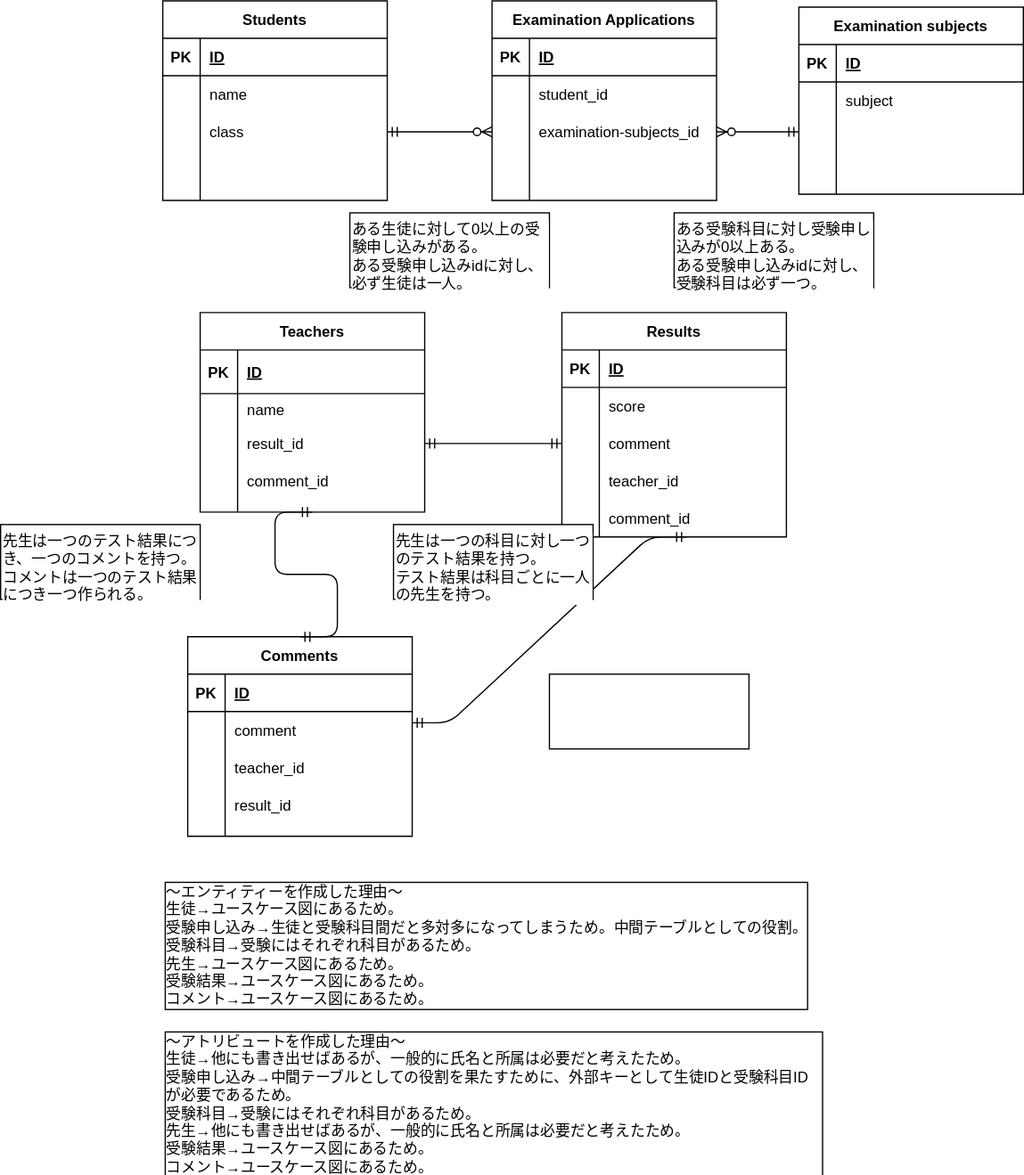
The draw.io diagram index.drawio.svg in ansuriumu/database_practice, before a commit. Source tidied: cells renumbered, new cells last; positions are measured from the earlier drawing's top-left corner, leaving out a move shared by most shapes.
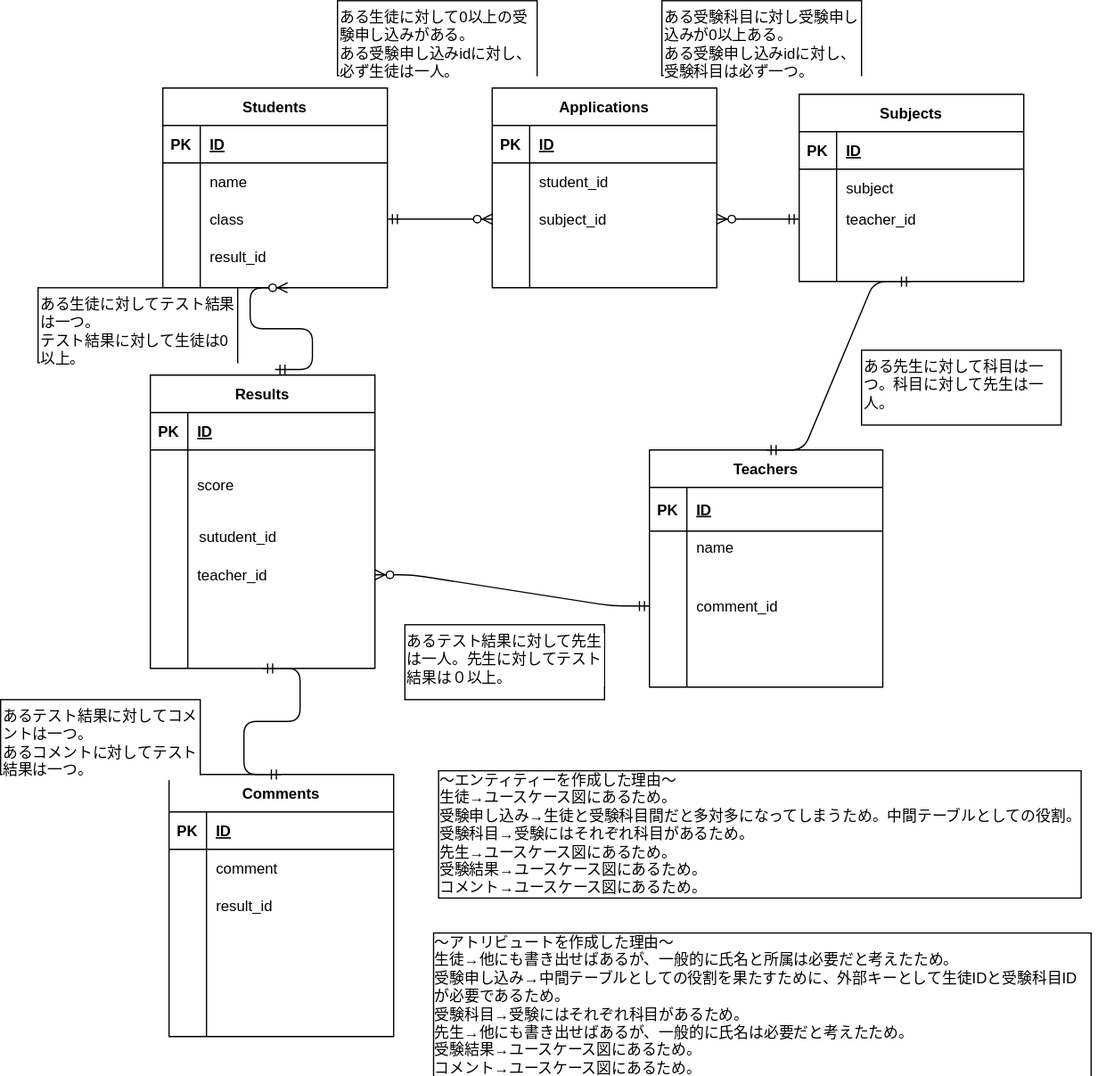
The same file after the commit.

Commit message:
課題修正2回目

Change to the diagram source:
```diff
@@ -40,6 +40,6 @@
     </mxCell>
-    <mxCell id="14" style="shape=partialRectangle;fillColor=none;top=0;left=0;bottom=0;right=0;align=left;spacingLeft=6;overflow=hidden;" parent="12" vertex="1">
+    <mxCell id="14" value="result_id" style="shape=partialRectangle;fillColor=none;top=0;left=0;bottom=0;right=0;align=left;spacingLeft=6;overflow=hidden;" parent="12" vertex="1">
       <mxGeometry x="30" width="150" height="30" as="geometry" />
     </mxCell>
-    <mxCell id="15" value="Examination Applications" style="shape=table;startSize=30;rowLines=0;fontStyle=1;align=center;" parent="1" vertex="1">
+    <mxCell id="15" value="Applications" style="shape=table;startSize=30;rowLines=0;fontStyle=1;align=center;" parent="1" vertex="1">
       <mxGeometry x="394" width="180" height="160" as="geometry" />
@@ -70,3 +70,3 @@
     </mxCell>
-    <mxCell id="24" value="examination-subjects_id" style="shape=partialRectangle;fillColor=none;top=0;left=0;bottom=0;right=0;align=left;spacingLeft=6;overflow=hidden;" parent="22" vertex="1">
+    <mxCell id="24" value="subject_id" style="shape=partialRectangle;fillColor=none;top=0;left=0;bottom=0;right=0;align=left;spacingLeft=6;overflow=hidden;" parent="22" vertex="1">
       <mxGeometry x="30" width="150" height="30" as="geometry" />
@@ -82,3 +82,3 @@
     </mxCell>
-    <mxCell id="28" value="Examination subjects" style="shape=table;startSize=30;rowLines=0;fontStyle=1;align=center;" parent="1" vertex="1">
+    <mxCell id="28" value="Subjects" style="shape=table;startSize=30;rowLines=0;fontStyle=1;align=center;" parent="1" vertex="1">
       <mxGeometry x="640" y="5" width="180" height="150" as="geometry" />
@@ -109,3 +109,3 @@
     </mxCell>
-    <mxCell id="37" style="shape=partialRectangle;fillColor=none;top=0;left=0;bottom=0;right=0;align=left;spacingLeft=6;overflow=hidden;" parent="35" vertex="1">
+    <mxCell id="37" value="teacher_id" style="shape=partialRectangle;fillColor=none;top=0;left=0;bottom=0;right=0;align=left;spacingLeft=6;overflow=hidden;" parent="35" vertex="1">
       <mxGeometry x="30" width="150" height="20" as="geometry" />
@@ -128,6 +128,6 @@
     <mxCell id="43" value="Teachers" style="shape=table;startSize=30;rowLines=0;fontStyle=1;align=center;" parent="1" vertex="1">
-      <mxGeometry x="160" y="250" width="180" height="160" as="geometry" />
+      <mxGeometry x="520" y="290" width="187" height="190" as="geometry" />
     </mxCell>
     <mxCell id="44" style="shape=partialRectangle;fillColor=none;top=0;left=0;bottom=1;right=0;" parent="43" vertex="1">
-      <mxGeometry y="30" width="180" height="35" as="geometry" />
+      <mxGeometry y="30" width="187" height="35" as="geometry" />
     </mxCell>
@@ -137,6 +137,6 @@
     <mxCell id="46" value="ID" style="shape=partialRectangle;fillColor=none;top=0;left=0;bottom=0;right=0;align=left;spacingLeft=6;fontStyle=5;overflow=hidden;" parent="44" vertex="1">
-      <mxGeometry x="30" width="150" height="35" as="geometry" />
+      <mxGeometry x="30" width="157" height="35" as="geometry" />
     </mxCell>
     <mxCell id="47" style="shape=partialRectangle;fillColor=none;top=0;left=0;bottom=0;right=0;" parent="43" vertex="1">
-      <mxGeometry y="65" width="180" height="25" as="geometry" />
+      <mxGeometry y="65" width="187" height="25" as="geometry" />
     </mxCell>
@@ -146,15 +146,15 @@
     <mxCell id="49" value="name" style="shape=partialRectangle;fillColor=none;top=0;left=0;bottom=0;right=0;align=left;spacingLeft=6;overflow=hidden;" parent="47" vertex="1">
-      <mxGeometry x="30" width="150" height="25" as="geometry" />
+      <mxGeometry x="30" width="157" height="25" as="geometry" />
     </mxCell>
     <mxCell id="50" style="shape=partialRectangle;fillColor=none;top=0;left=0;bottom=0;right=0;points=[[0,0.5],[1,0.5]];portConstraint=eastwest;" parent="43" vertex="1">
-      <mxGeometry y="90" width="180" height="30" as="geometry" />
+      <mxGeometry y="90" width="187" height="20" as="geometry" />
     </mxCell>
     <mxCell id="51" style="shape=partialRectangle;fillColor=none;top=0;left=0;bottom=0;right=0;overflow=hidden;" parent="50" vertex="1">
-      <mxGeometry width="30" height="30" as="geometry" />
+      <mxGeometry width="30" height="20" as="geometry" />
     </mxCell>
-    <mxCell id="52" value="result_id" style="shape=partialRectangle;fillColor=none;top=0;left=0;bottom=0;right=0;align=left;spacingLeft=6;overflow=hidden;" parent="50" vertex="1">
-      <mxGeometry x="30" width="150" height="30" as="geometry" />
+    <mxCell id="52" style="shape=partialRectangle;fillColor=none;top=0;left=0;bottom=0;right=0;align=left;spacingLeft=6;overflow=hidden;" parent="50" vertex="1">
+      <mxGeometry x="30" width="157" height="20" as="geometry" />
     </mxCell>
     <mxCell id="53" style="shape=partialRectangle;fillColor=none;top=0;left=0;bottom=0;right=0;points=[[0,0.5],[1,0.5]];portConstraint=eastwest;" parent="43" vertex="1">
-      <mxGeometry y="120" width="180" height="30" as="geometry" />
+      <mxGeometry y="110" width="187" height="30" as="geometry" />
     </mxCell>
@@ -164,6 +164,6 @@
     <mxCell id="55" value="comment_id" style="shape=partialRectangle;fillColor=none;top=0;left=0;bottom=0;right=0;align=left;spacingLeft=6;overflow=hidden;" parent="53" vertex="1">
-      <mxGeometry x="30" width="150" height="30" as="geometry" />
+      <mxGeometry x="30" width="157" height="30" as="geometry" />
     </mxCell>
     <mxCell id="56" value="Results" style="shape=table;startSize=30;rowLines=0;fontStyle=1;align=center;" parent="1" vertex="1">
-      <mxGeometry x="450" y="250" width="180" height="180" as="geometry" />
+      <mxGeometry x="120" y="230" width="180" height="235" as="geometry" />
     </mxCell>
@@ -179,12 +179,12 @@
     <mxCell id="60" style="shape=partialRectangle;fillColor=none;top=0;left=0;bottom=0;right=0;" parent="56" vertex="1">
-      <mxGeometry y="60" width="180" height="30" as="geometry" />
+      <mxGeometry y="60" width="180" height="55" as="geometry" />
     </mxCell>
     <mxCell id="61" style="shape=partialRectangle;fillColor=none;top=0;left=0;bottom=0;right=0;overflow=hidden;" parent="60" vertex="1">
-      <mxGeometry width="30" height="30" as="geometry" />
+      <mxGeometry width="30" height="55" as="geometry" />
     </mxCell>
     <mxCell id="62" value="score" style="shape=partialRectangle;fillColor=none;top=0;left=0;bottom=0;right=0;align=left;spacingLeft=6;overflow=hidden;" parent="60" vertex="1">
-      <mxGeometry x="30" width="150" height="30" as="geometry" />
+      <mxGeometry x="30" width="150" height="55" as="geometry" />
     </mxCell>
     <mxCell id="63" style="shape=partialRectangle;fillColor=none;top=0;left=0;bottom=0;right=0;points=[[0,0.5],[1,0.5]];portConstraint=eastwest;" parent="56" vertex="1">
-      <mxGeometry y="90" width="180" height="30" as="geometry" />
+      <mxGeometry y="115" width="180" height="30" as="geometry" />
     </mxCell>
@@ -193,3 +193,3 @@
     </mxCell>
-    <mxCell id="65" value="comment" style="shape=partialRectangle;fillColor=none;top=0;left=0;bottom=0;right=0;align=left;spacingLeft=6;overflow=hidden;" parent="63" vertex="1">
+    <mxCell id="65" style="shape=partialRectangle;fillColor=none;top=0;left=0;bottom=0;right=0;align=left;spacingLeft=6;overflow=hidden;" parent="63" vertex="1">
       <mxGeometry x="30" width="150" height="30" as="geometry" />
@@ -197,3 +197,3 @@
     <mxCell id="66" style="shape=partialRectangle;fillColor=none;top=0;left=0;bottom=0;right=0;points=[[0,0.5],[1,0.5]];portConstraint=eastwest;" parent="56" vertex="1">
-      <mxGeometry y="120" width="180" height="30" as="geometry" />
+      <mxGeometry y="145" width="180" height="30" as="geometry" />
     </mxCell>
@@ -205,4 +205,13 @@
     </mxCell>
+    <mxCell id="93" style="shape=partialRectangle;fillColor=none;top=0;left=0;bottom=0;right=0;" parent="56" vertex="1">
+      <mxGeometry y="175" width="180" height="30" as="geometry" />
+    </mxCell>
+    <mxCell id="94" style="shape=partialRectangle;fillColor=none;top=0;left=0;bottom=0;right=0;overflow=hidden;" parent="93" vertex="1">
+      <mxGeometry width="30" height="30" as="geometry" />
+    </mxCell>
+    <mxCell id="95" style="shape=partialRectangle;fillColor=none;top=0;left=0;bottom=0;right=0;align=left;spacingLeft=6;overflow=hidden;" parent="93" vertex="1">
+      <mxGeometry x="30" width="150" height="30" as="geometry" />
+    </mxCell>
     <mxCell id="69" value="Comments" style="shape=table;startSize=30;rowLines=0;fontStyle=1;align=center;" parent="1" vertex="1">
-      <mxGeometry x="150" y="510" width="180" height="160" as="geometry" />
+      <mxGeometry x="135" y="550" width="180" height="210" as="geometry" />
     </mxCell>
@@ -226,56 +235,61 @@
     </mxCell>
+    <mxCell id="79" style="shape=partialRectangle;fillColor=none;top=0;left=0;bottom=0;right=0;" parent="69" vertex="1">
+      <mxGeometry y="90" width="180" height="30" as="geometry" />
+    </mxCell>
+    <mxCell id="80" style="shape=partialRectangle;fillColor=none;top=0;left=0;bottom=0;right=0;overflow=hidden;" parent="79" vertex="1">
+      <mxGeometry width="30" height="30" as="geometry" />
+    </mxCell>
+    <mxCell id="81" value="result_id" style="shape=partialRectangle;fillColor=none;top=0;left=0;bottom=0;right=0;align=left;spacingLeft=6;overflow=hidden;" parent="79" vertex="1">
+      <mxGeometry x="30" width="150" height="30" as="geometry" />
+    </mxCell>
     <mxCell id="76" style="shape=partialRectangle;fillColor=none;top=0;left=0;bottom=0;right=0;" parent="69" vertex="1">
-      <mxGeometry y="90" width="180" height="30" as="geometry" />
+      <mxGeometry y="120" width="180" height="80" as="geometry" />
     </mxCell>
     <mxCell id="77" style="shape=partialRectangle;fillColor=none;top=0;left=0;bottom=0;right=0;overflow=hidden;" parent="76" vertex="1">
-      <mxGeometry width="30" height="30" as="geometry" />
+      <mxGeometry width="30" height="80" as="geometry" />
     </mxCell>
-    <mxCell id="78" value="teacher_id" style="shape=partialRectangle;fillColor=none;top=0;left=0;bottom=0;right=0;align=left;spacingLeft=6;overflow=hidden;" parent="76" vertex="1">
-      <mxGeometry x="30" width="150" height="30" as="geometry" />
+    <mxCell id="78" style="shape=partialRectangle;fillColor=none;top=0;left=0;bottom=0;right=0;align=left;spacingLeft=6;overflow=hidden;" parent="76" vertex="1">
+      <mxGeometry x="30" width="150" height="80" as="geometry" />
     </mxCell>
-    <mxCell id="79" style="shape=partialRectangle;fillColor=none;top=0;left=0;bottom=0;right=0;" parent="69" vertex="1">
-      <mxGeometry y="120" width="180" height="30" as="geometry" />
-    </mxCell>
-    <mxCell id="80" style="shape=partialRectangle;fillColor=none;top=0;left=0;bottom=0;right=0;overflow=hidden;" parent="79" vertex="1">
-      <mxGeometry width="30" height="30" as="geometry" />
-    </mxCell>
-    <mxCell id="81" value="result_id" style="shape=partialRectangle;fillColor=none;top=0;left=0;bottom=0;right=0;align=left;spacingLeft=6;overflow=hidden;" parent="79" vertex="1">
-      <mxGeometry x="30" width="150" height="30" as="geometry" />
-    </mxCell>
-    <mxCell id="82" style="edgeStyle=entityRelationEdgeStyle;fontSize=12;html=1;endArrow=ERmandOne;startArrow=ERmandOne;exitX=1;exitY=0.5;exitDx=0;exitDy=0;entryX=0;entryY=0.5;entryDx=0;entryDy=0;" parent="1" edge="1" source="50" target="63">
-      <mxGeometry relative="1" as="geometry" />
-    </mxCell>
-    <mxCell id="83" style="edgeStyle=entityRelationEdgeStyle;fontSize=12;html=1;endArrow=ERmandOne;startArrow=ERmandOne;" parent="1" edge="1">
-      <mxGeometry relative="1" as="geometry">
-        <mxPoint x="330" y="579" as="sourcePoint" />
-        <mxPoint x="550" y="430" as="targetPoint" />
-      </mxGeometry>
-    </mxCell>
-    <mxCell id="84" style="edgeStyle=entityRelationEdgeStyle;fontSize=12;html=1;endArrow=ERmandOne;startArrow=ERmandOne;exitX=0.5;exitY=0;exitDx=0;exitDy=0;entryX=0.5;entryY=1;entryDx=0;entryDy=0;" parent="1" edge="1" source="69" target="43">
-      <mxGeometry relative="1" as="geometry" />
-    </mxCell>
-    <mxCell id="85" value="comment_id" style="shape=partialRectangle;fillColor=none;top=0;left=0;bottom=0;right=0;align=left;spacingLeft=6;overflow=hidden;" parent="1" vertex="1">
-      <mxGeometry x="480" y="400" width="150" height="30" as="geometry" />
-    </mxCell>
     <mxCell id="86" value="〜エンティティーを作成した理由〜&lt;br&gt;生徒→ユースケース図にあるため。&lt;br&gt;受験申し込み→生徒と受験科目間だと多対多になってしまうため。中間テーブルとしての役割。&lt;br&gt;受験科目→受験にはそれぞれ科目があるため。&lt;br&gt;先生→ユースケース図にあるため。&lt;br&gt;受験結果→ユースケース図にあるため。&lt;br&gt;コメント→ユースケース図にあるため。" style="text;html=1;strokeColor=none;fillColor=none;align=left;verticalAlign=top;whiteSpace=wrap;rounded=0;labelBorderColor=#000000;labelBackgroundColor=#ffffff;fontColor=#000000;" parent="1" vertex="1">
-      <mxGeometry x="130" y="700" width="530" height="110" as="geometry" />
+      <mxGeometry x="348.5" y="540" width="530" height="110" as="geometry" />
     </mxCell>
-    <mxCell id="87" value="〜アトリビュートを作成した理由〜&lt;br&gt;生徒→他にも書き出せばあるが、一般的に氏名と所属は必要だと考えたため。&lt;br&gt;受験申し込み→中間テーブルとしての役割を果たすために、外部キーとして生徒IDと受験科目IDが必要であるため。&lt;br&gt;受験科目→受験にはそれぞれ科目があるため。&lt;br&gt;先生→他にも書き出せばあるが、一般的に氏名と所属は必要だと考えたため。&lt;br&gt;受験結果→ユースケース図にあるため。&lt;br&gt;コメント→ユースケース図にあるため。" style="text;html=1;strokeColor=none;fillColor=none;align=left;verticalAlign=top;whiteSpace=wrap;rounded=0;labelBorderColor=#000000;labelBackgroundColor=#ffffff;fontColor=#000000;" parent="1" vertex="1">
-      <mxGeometry x="130" y="820" width="530" height="110" as="geometry" />
+    <mxCell id="87" value="〜アトリビュートを作成した理由〜&lt;br&gt;生徒→他にも書き出せばあるが、一般的に氏名と所属は必要だと考えたため。&lt;br&gt;受験申し込み→中間テーブルとしての役割を果たすために、外部キーとして生徒IDと受験科目IDが必要であるため。&lt;br&gt;受験科目→受験にはそれぞれ科目があるため。&lt;br&gt;先生→他にも書き出せばあるが、一般的に氏名は必要だと考えたため。&lt;br&gt;受験結果→ユースケース図にあるため。&lt;br&gt;コメント→ユースケース図にあるため。" style="text;html=1;strokeColor=none;fillColor=none;align=left;verticalAlign=top;whiteSpace=wrap;rounded=0;labelBorderColor=#000000;labelBackgroundColor=#ffffff;fontColor=#000000;" parent="1" vertex="1">
+      <mxGeometry x="345" y="670" width="530" height="110" as="geometry" />
     </mxCell>
     <mxCell id="88" value="ある生徒に対して0以上の受験申し込みがある。&lt;br&gt;ある受験申し込みidに対し、必ず生徒は一人。" style="whiteSpace=wrap;html=1;labelBackgroundColor=#ffffff;fontColor=#000000;align=left;verticalAlign=top;" parent="1" vertex="1">
-      <mxGeometry x="280" y="170" width="160" height="60" as="geometry" />
+      <mxGeometry x="270" y="-70" width="160" height="60" as="geometry" />
     </mxCell>
     <mxCell id="89" value="ある受験科目に対し受験申し込みが0以上ある。&lt;br&gt;ある受験申し込みidに対し、受験科目は必ず一つ。" style="whiteSpace=wrap;html=1;labelBackgroundColor=#ffffff;fontColor=#000000;align=left;verticalAlign=top;" parent="1" vertex="1">
-      <mxGeometry x="540" y="170" width="160" height="60" as="geometry" />
+      <mxGeometry x="530" y="-70" width="160" height="60" as="geometry" />
     </mxCell>
-    <mxCell id="90" value="先生は一つの科目に対し一つのテスト結果を持つ。&lt;br&gt;テスト結果は科目ごとに一人の先生を持つ。" style="whiteSpace=wrap;html=1;labelBackgroundColor=#ffffff;fontColor=#000000;align=left;verticalAlign=top;" parent="1" vertex="1">
-      <mxGeometry x="315" y="420" width="160" height="60" as="geometry" />
+    <mxCell id="90" value="あるテスト結果に対して先生は一人。先生に対してテスト結果は０以上。" style="whiteSpace=wrap;html=1;labelBackgroundColor=#ffffff;fontColor=#000000;align=left;verticalAlign=top;" parent="1" vertex="1">
+      <mxGeometry x="324" y="430" width="160" height="60" as="geometry" />
     </mxCell>
-    <mxCell id="91" value="先生は一つのテスト結果につき、一つのコメントを持つ。&lt;br&gt;コメントは一つのテスト結果につき一つ作られる。" style="whiteSpace=wrap;html=1;labelBackgroundColor=#ffffff;fontColor=#000000;align=left;verticalAlign=top;" parent="1" vertex="1">
-      <mxGeometry y="420" width="160" height="60" as="geometry" />
-    </mxCell>
-    <mxCell id="92" style="whiteSpace=wrap;html=1;labelBackgroundColor=#ffffff;fontColor=#000000;align=left;verticalAlign=top;" parent="1" vertex="1">
-      <mxGeometry x="440" y="540" width="160" height="60" as="geometry" />
-    </mxCell>
+    <mxCell id="96" style="edgeStyle=entityRelationEdgeStyle;fontSize=12;html=1;endArrow=ERzeroToMany;startArrow=ERmandOne;exitX=0.555;exitY=-0.019;exitDx=0;exitDy=0;exitPerimeter=0;" parent="1" edge="1" source="56">
+      <mxGeometry relative="1" as="geometry">
+        <mxPoint x="230" y="160" as="targetPoint" />
+      </mxGeometry>
+    </mxCell>
+    <mxCell id="97" value="sutudent_id" style="text;html=1;align=center;verticalAlign=middle;rotation=0;" parent="1" vertex="1">
+      <mxGeometry x="150" y="350" width="80" height="20" as="geometry" />
+    </mxCell>
+    <mxCell id="98" value="ある生徒に対してテスト結果は一つ。&lt;br&gt;テスト結果に対して生徒は0以上。" style="whiteSpace=wrap;html=1;labelBackgroundColor=#ffffff;fontColor=#000000;align=left;verticalAlign=top;" parent="1" vertex="1">
+      <mxGeometry x="30" y="160" width="160" height="60" as="geometry" />
+    </mxCell>
+    <mxCell id="99" style="edgeStyle=entityRelationEdgeStyle;fontSize=12;html=1;endArrow=ERmandOne;startArrow=ERmandOne;entryX=0.5;entryY=1;entryDx=0;entryDy=0;exitX=0.5;exitY=0;exitDx=0;exitDy=0;" parent="1" edge="1" source="43" target="28">
+      <mxGeometry relative="1" as="geometry" />
+    </mxCell>
+    <mxCell id="100" value="ある先生に対して科目は一つ。科目に対して先生は一人。" style="whiteSpace=wrap;html=1;labelBackgroundColor=#ffffff;fontColor=#000000;align=left;verticalAlign=top;" parent="1" vertex="1">
+      <mxGeometry x="690" y="210" width="160" height="60" as="geometry" />
+    </mxCell>
+    <mxCell id="101" style="edgeStyle=entityRelationEdgeStyle;fontSize=12;html=1;endArrow=ERmandOne;startArrow=ERmandOne;entryX=0.5;entryY=1;entryDx=0;entryDy=0;exitX=0.5;exitY=0;exitDx=0;exitDy=0;" parent="1" edge="1" source="69" target="56">
+      <mxGeometry relative="1" as="geometry" />
+    </mxCell>
+    <mxCell id="102" value="あるテスト結果に対してコメントは一つ。&lt;br&gt;あるコメントに対してテスト結果は一つ。" style="whiteSpace=wrap;html=1;labelBackgroundColor=#ffffff;fontColor=#000000;align=left;verticalAlign=top;" parent="1" vertex="1">
+      <mxGeometry y="490" width="160" height="60" as="geometry" />
+    </mxCell>
+    <mxCell id="103" style="edgeStyle=entityRelationEdgeStyle;fontSize=12;html=1;endArrow=ERzeroToMany;startArrow=ERmandOne;exitX=0;exitY=0.5;exitDx=0;exitDy=0;entryX=1;entryY=0.5;entryDx=0;entryDy=0;" parent="1" edge="1" source="53" target="66">
+      <mxGeometry relative="1" as="geometry" />
+    </mxCell>
   </root>
```
